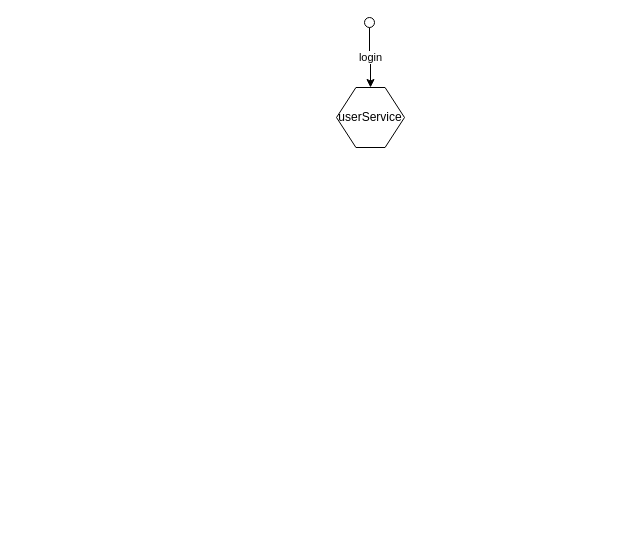
Before: page "Flow" (2 of 2) of v-chain microservices architecture.drawio in NTT-TNN/draw, a draw.io diagram. Source tidied: cells renumbered, new cells numbered last; positions are measured from the earlier drawing's top-left corner, leaving out a move shared by most shapes. Both pictures are drawn from the tidied source at 100%, with x=0, y=0 at pixel (336, 17).
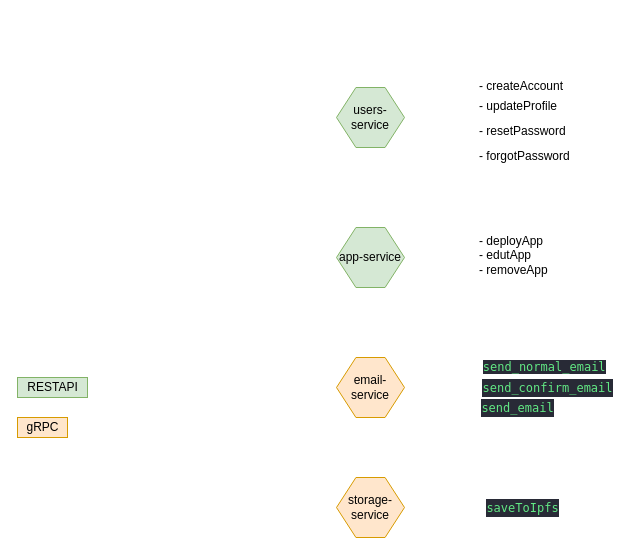
Above is the later version.

What changed in the source:
```diff
@@
 <mxGraphModel>
   <root>
     <mxCell id="0" />
     <mxCell id="1" parent="0" />
-    <mxCell id="2" value="login" style="edgeStyle=orthogonalEdgeStyle;rounded=0;jettySize=auto;html=1;exitX=0.5;exitY=1;exitDx=0;exitDy=0;entryX=0.5;entryY=0;entryDx=0;entryDy=0;" parent="1" edge="1" source="3" target="5">
-      <mxGeometry relative="1" as="geometry" />
-    </mxCell>
-    <mxCell id="3" style="ellipse;whiteSpace=wrap;html=1;" parent="1" vertex="1">
-      <mxGeometry x="28" width="10" height="10" as="geometry" />
-    </mxCell>
     <mxCell id="4" style="edgeStyle=orthogonalEdgeStyle;rounded=0;orthogonalLoop=1;jettySize=auto;html=1;exitX=0.5;exitY=1;exitDx=0;exitDy=0;" parent="1" edge="1">
       <mxGeometry relative="1" as="geometry">
         <mxPoint x="33" y="70" as="sourcePoint" />
         <mxPoint x="33" y="70" as="targetPoint" />
       </mxGeometry>
     </mxCell>
-    <mxCell id="5" value="userService" style="shape=hexagon;html=1;whiteSpace=wrap;perimeter=hexagonPerimeter;rounded=0;size=0.2857142857142857;" parent="1" vertex="1">
+    <mxCell id="5" value="users-service" style="shape=hexagon;html=1;whiteSpace=wrap;perimeter=hexagonPerimeter;rounded=0;size=0.2857142857142857;fillColor=#d5e8d4;strokeColor=#82b366;" parent="1" vertex="1">
       <mxGeometry y="70" width="68" height="60" as="geometry" />
     </mxCell>
+    <mxCell id="6" value="app-service" style="shape=hexagon;html=1;whiteSpace=wrap;perimeter=hexagonPerimeter;rounded=0;size=0.2857142857142857;fillColor=#d5e8d4;strokeColor=#82b366;" parent="1" vertex="1">
+      <mxGeometry y="210" width="68" height="60" as="geometry" />
+    </mxCell>
+    <mxCell id="7" value="- forgotPassword" style="text;html=1;" parent="1" vertex="1">
+      <mxGeometry x="141" y="125" width="110" height="30" as="geometry" />
+    </mxCell>
+    <mxCell id="8" value="- resetPassword" style="text;html=1;" parent="1" vertex="1">
+      <mxGeometry x="141" y="100" width="100" height="30" as="geometry" />
+    </mxCell>
+    <mxCell id="9" value="- updateProfile" style="text;html=1;" parent="1" vertex="1">
+      <mxGeometry x="141" y="75" width="100" as="geometry" />
+    </mxCell>
+    <mxCell id="10" value="- createAccount" style="text;html=1;" parent="1" vertex="1">
+      <mxGeometry x="141" y="55" width="100" height="30" as="geometry" />
+    </mxCell>
+    <mxCell id="11" value="RESTAPI" style="text;html=1;align=center;verticalAlign=middle;fillColor=#d5e8d4;strokeColor=#82b366;" parent="1" vertex="1">
+      <mxGeometry x="-319" y="360" width="70" height="20" as="geometry" />
+    </mxCell>
+    <mxCell id="12" value="- deployApp&lt;br&gt;- edutApp&lt;br&gt;- removeApp" style="text;html=1;" parent="1" vertex="1">
+      <mxGeometry x="141" y="210" width="80" height="50" as="geometry" />
+    </mxCell>
+    <mxCell id="13" value="email-service" style="shape=hexagon;html=1;whiteSpace=wrap;perimeter=hexagonPerimeter;rounded=0;size=0.2857142857142857;fillColor=#ffe6cc;strokeColor=#d79b00;" parent="1" vertex="1">
+      <mxGeometry y="340" width="68" height="60" as="geometry" />
+    </mxCell>
+    <mxCell id="14" value="gRPC" style="text;html=1;align=center;verticalAlign=middle;fillColor=#ffe6cc;strokeColor=#d79b00;" parent="1" vertex="1">
+      <mxGeometry x="-319" y="400" width="50" height="20" as="geometry" />
+    </mxCell>
+    <mxCell id="15" value="&amp;nbsp;&lt;span style=&quot;color: rgb(98 , 232 , 132) ; background-color: rgb(40 , 42 , 54) ; font-family: &amp;#34;menlo&amp;#34; , &amp;#34;monaco&amp;#34; , &amp;#34;courier new&amp;#34; , monospace ; white-space: pre&quot;&gt;send_normal_email&lt;/span&gt;" style="text;html=1;align=center;verticalAlign=middle;" parent="1" vertex="1">
+      <mxGeometry x="136" y="340" width="140" height="20" as="geometry" />
+    </mxCell>
+    <mxCell id="16" value="&lt;div style=&quot;color: rgb(246 , 246 , 244) ; background-color: rgb(40 , 42 , 54) ; font-family: &amp;#34;menlo&amp;#34; , &amp;#34;monaco&amp;#34; , &amp;#34;courier new&amp;#34; , monospace ; line-height: 18px ; white-space: pre&quot;&gt;&lt;span style=&quot;color: #62e884&quot;&gt;send_confirm_email&lt;/span&gt;&lt;/div&gt;" style="text;html=1;align=center;verticalAlign=middle;" parent="1" vertex="1">
+      <mxGeometry x="136" y="360" width="150" height="20" as="geometry" />
+    </mxCell>
+    <mxCell id="17" value="&lt;div style=&quot;color: rgb(246 , 246 , 244) ; background-color: rgb(40 , 42 , 54) ; font-family: &amp;#34;menlo&amp;#34; , &amp;#34;monaco&amp;#34; , &amp;#34;courier new&amp;#34; , monospace ; line-height: 18px ; white-space: pre&quot;&gt;&lt;span style=&quot;color: #62e884&quot;&gt;send_email&lt;/span&gt;&lt;/div&gt;" style="text;html=1;align=center;verticalAlign=middle;" parent="1" vertex="1">
+      <mxGeometry x="136" y="380" width="90" height="20" as="geometry" />
+    </mxCell>
+    <mxCell id="18" value="storage-service" style="shape=hexagon;html=1;whiteSpace=wrap;perimeter=hexagonPerimeter;rounded=0;size=0.2857142857142857;fillColor=#ffe6cc;strokeColor=#d79b00;" parent="1" vertex="1">
+      <mxGeometry y="460" width="68" height="60" as="geometry" />
+    </mxCell>
+    <mxCell id="19" value="&lt;div style=&quot;color: rgb(246 , 246 , 244) ; background-color: rgb(40 , 42 , 54) ; font-family: &amp;#34;menlo&amp;#34; , &amp;#34;monaco&amp;#34; , &amp;#34;courier new&amp;#34; , monospace ; line-height: 18px ; white-space: pre&quot;&gt;&lt;span style=&quot;color: #62e884&quot;&gt;saveToIpfs&lt;/span&gt;&lt;/div&gt;" style="text;html=1;align=center;verticalAlign=middle;" parent="1" vertex="1">
+      <mxGeometry x="141" y="480" width="90" height="20" as="geometry" />
+    </mxCell>
   </root>
 </mxGraphModel>
```
